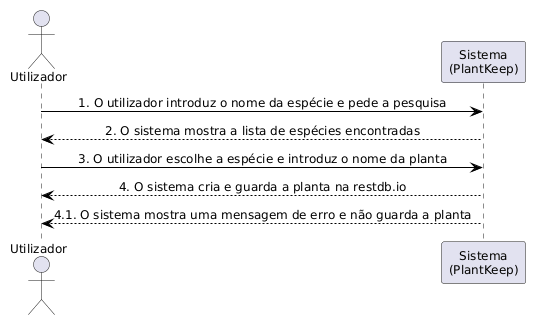
Earlier version of the PlantUML export .docs/diagramas/SSDs/uc01.png (compaqle/DSSMV_ProjectDroid_1251486_1251506).
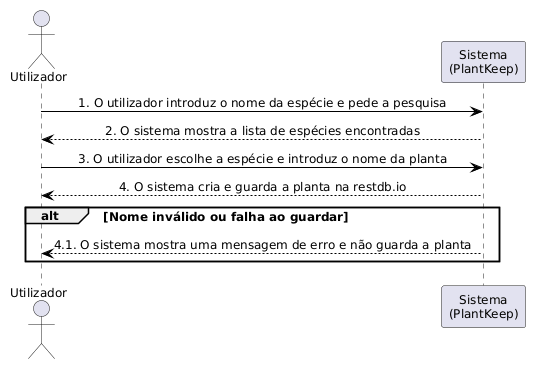
The same file after the commit.

The edit, as a diff of the source:
```diff
@@ -9,5 +9,7 @@
 s --> u : 2. O sistema mostra a lista de espécies encontradas
 u -> s : 3. O utilizador escolhe a espécie e introduz o nome da planta
 s --> u : 4. O sistema cria e guarda a planta na restdb.io
-s --> u : 4.1. O sistema mostra uma mensagem de erro e não guarda a planta
+alt Nome inválido ou falha ao guardar
+    s --> u : 4.1. O sistema mostra uma mensagem de erro e não guarda a planta
+end
 @enduml
```
